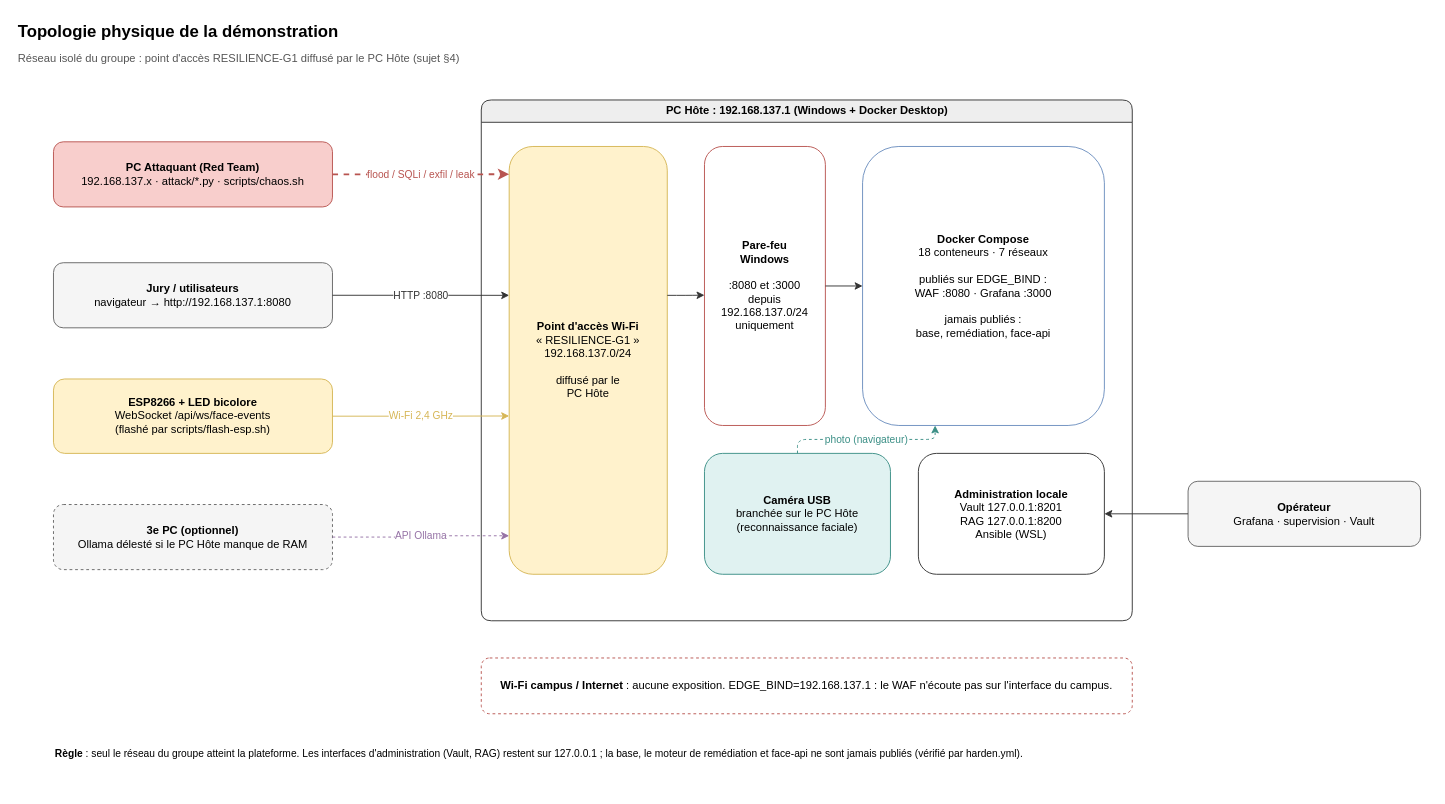
This is page "Topologie physique" (1 of 2) of docs/diagrams/reseaux.drawio from Rococo77/Workshop-26, a draw.io file, before an edit. Source tidied: cells renumbered, new cells numbered last; positions are measured from the earlier drawing's top-left corner, leaving out a move shared by most shapes. Both pictures are drawn from the tidied source at 93%, with x=0, y=0 at pixel (16, 16).
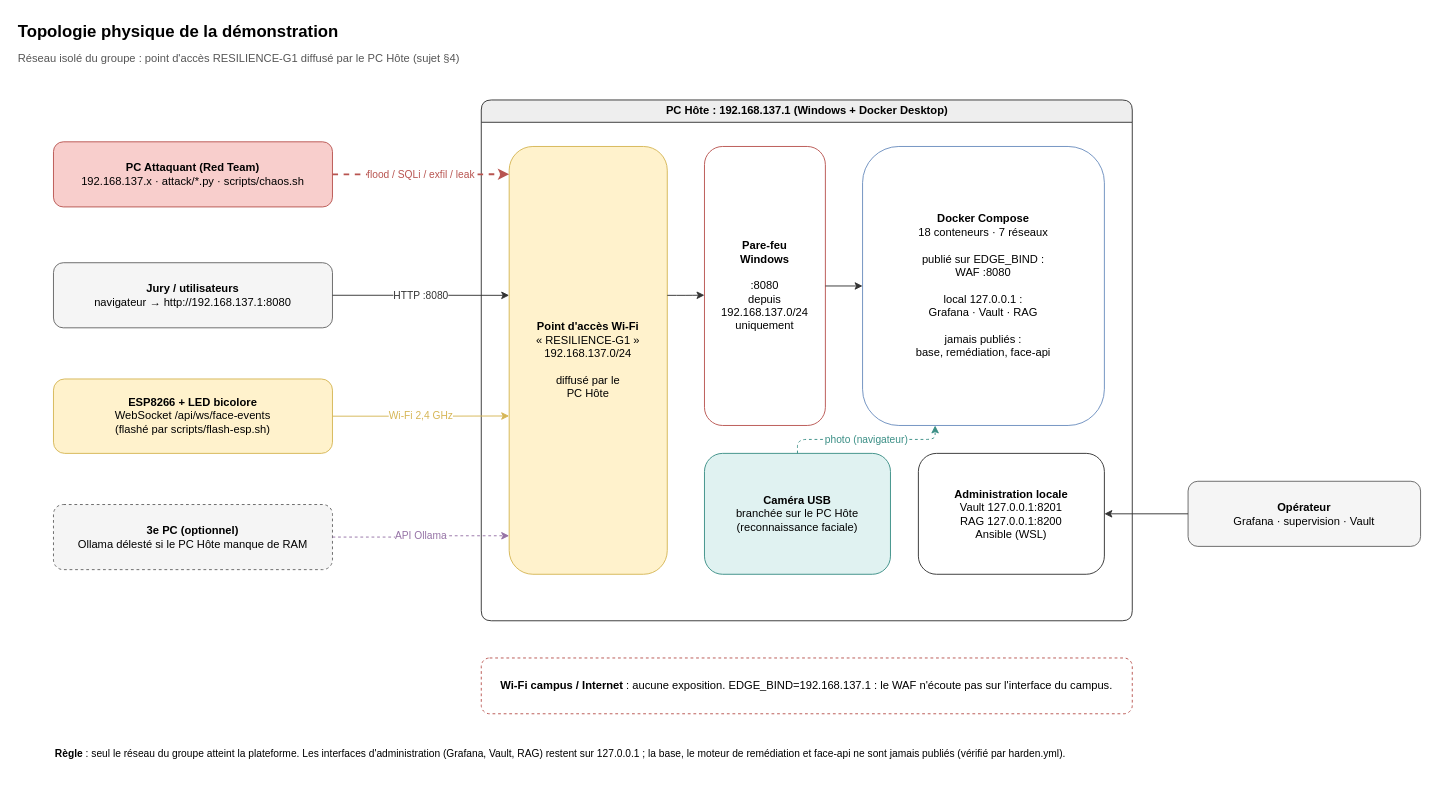
The same diagram, later.

Commit message (it also covers changes not shown here):
docs: Grafana local (127.0.0.1) coherent partout apres durcissement

Diff of the diagram source:
```diff
@@
-    <mxCell id="6" value="&lt;b&gt;Pare-feu&lt;br&gt;Windows&lt;/b&gt;&lt;br&gt;&lt;br&gt;:8080 et :3000&lt;br&gt;depuis&lt;br&gt;192.168.137.0/24&lt;br&gt;uniquement" style="rounded=1;whiteSpace=wrap;html=1;fillColor=#ffffff;strokeColor=#b85450;" parent="1" vertex="1">
+    <mxCell id="6" value="&lt;b&gt;Pare-feu&lt;br&gt;Windows&lt;/b&gt;&lt;br&gt;&lt;br&gt;:8080&lt;br&gt;depuis&lt;br&gt;192.168.137.0/24&lt;br&gt;uniquement" style="rounded=1;whiteSpace=wrap;html=1;fillColor=#ffffff;strokeColor=#b85450;" parent="1" vertex="1">
       <mxGeometry x="740" y="140" width="130" height="300" as="geometry" />
     </mxCell>
-    <mxCell id="7" value="&lt;b&gt;Docker Compose&lt;/b&gt;&lt;br&gt;18 conteneurs · 7 réseaux&lt;br&gt;&lt;br&gt;publiés sur EDGE_BIND :&lt;br&gt;WAF :8080 · Grafana :3000&lt;br&gt;&lt;br&gt;jamais publiés :&lt;br&gt;base, remédiation, face-api" style="rounded=1;whiteSpace=wrap;html=1;fillColor=#ffffff;strokeColor=#6c8ebf;" parent="1" vertex="1">
+    <mxCell id="7" value="&lt;b&gt;Docker Compose&lt;/b&gt;&lt;br&gt;18 conteneurs · 7 réseaux&lt;br&gt;&lt;br&gt;publié sur EDGE_BIND :&lt;br&gt;WAF :8080&lt;br&gt;&lt;br&gt;local 127.0.0.1 :&lt;br&gt;Grafana · Vault · RAG&lt;br&gt;&lt;br&gt;jamais publiés :&lt;br&gt;base, remédiation, face-api" style="rounded=1;whiteSpace=wrap;html=1;fillColor=#ffffff;strokeColor=#6c8ebf;" parent="1" vertex="1">
       <mxGeometry x="910" y="140" width="260" height="300" as="geometry" />
     </mxCell>
@@
-    <mxCell id="24" value="&lt;b&gt;Règle&lt;/b&gt; : seul le réseau du groupe atteint la plateforme. Les interfaces d'administration (Vault, RAG) restent sur 127.0.0.1 ; la base, le moteur de remédiation et face-api ne sont jamais publiés (vérifié par harden.yml)." style="text;html=1;whiteSpace=wrap;align=left;verticalAlign=top;fontSize=11;" parent="1" vertex="1">
+    <mxCell id="24" value="&lt;b&gt;Règle&lt;/b&gt; : seul le réseau du groupe atteint la plateforme. Les interfaces d'administration (Grafana, Vault, RAG) restent sur 127.0.0.1 ; la base, le moteur de remédiation et face-api ne sont jamais publiés (vérifié par harden.yml)." style="text;html=1;whiteSpace=wrap;align=left;verticalAlign=top;fontSize=11;" parent="1" vertex="1">
       <mxGeometry x="40" y="780" width="1440" height="50" as="geometry" />
     </mxCell>
```
